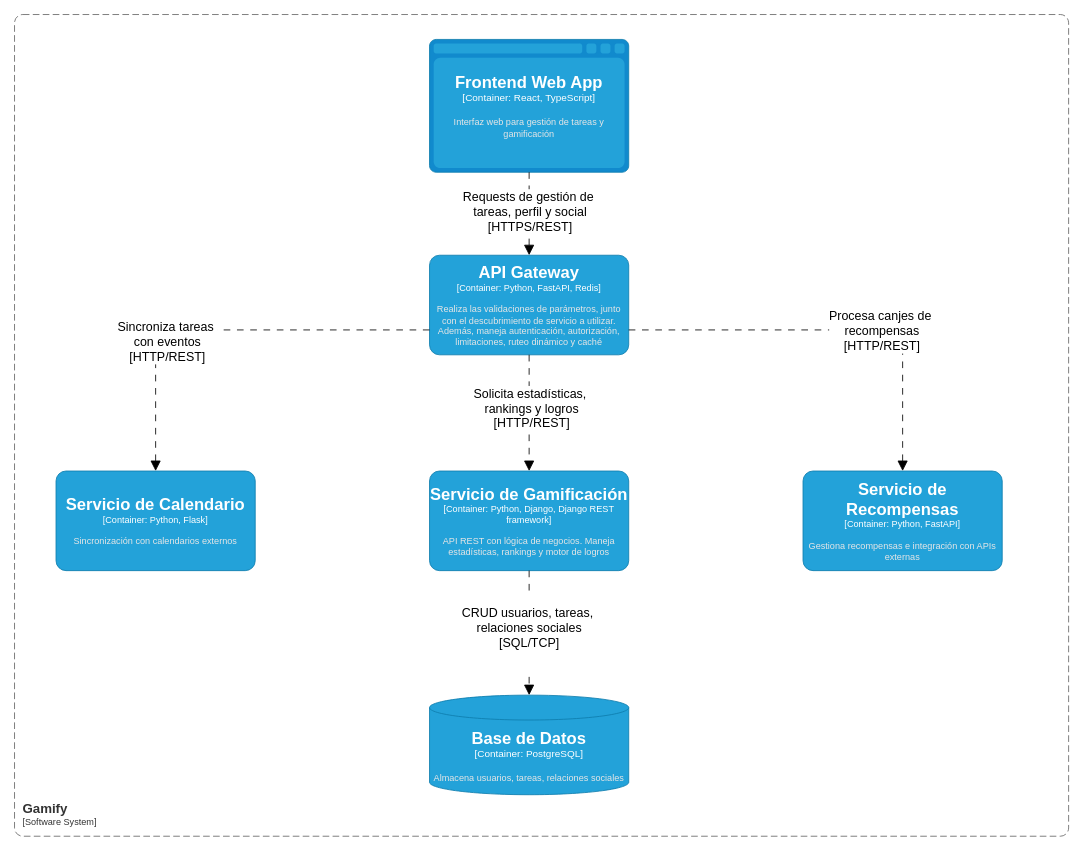
Above: page "C4 - Containers" (3 of 5) of docs/design/C4.drawio in caupolicanre/software-engineering-gamify (draw.io), before the change. Source tidied: cells renumbered, new cells numbered last; positions are measured from the earlier drawing's top-left corner, leaving out a move shared by most shapes. Both pictures are drawn from the tidied source at 83%, with x=0, y=0 at pixel (14, 14).
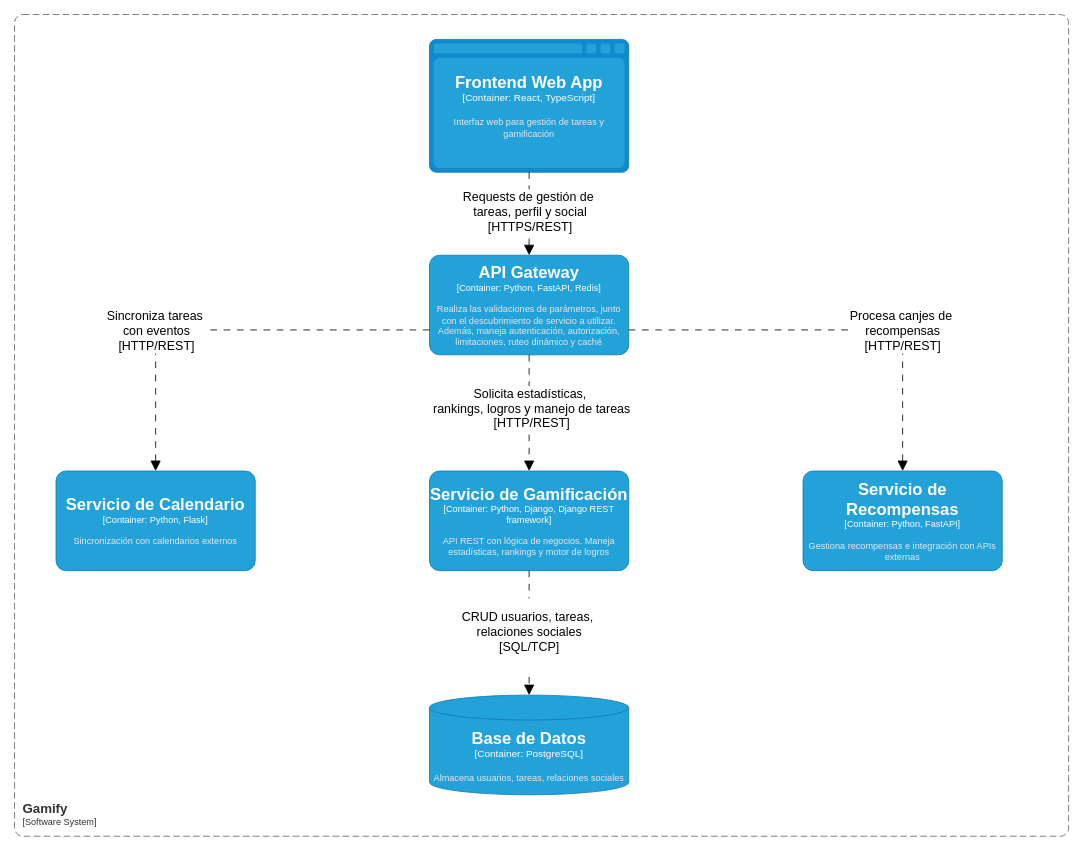
The same diagram, later.

Unchanged cells that the change refers to:
```xml
<object id="5" label="&lt;font style=&quot;font-size: 20px&quot;&gt;&lt;b&gt;%c4Name%&lt;/b&gt;&lt;/font&gt;&lt;div&gt;[%c4Type%:&amp;nbsp;%c4Technology%]&lt;/div&gt;&lt;br&gt;&lt;div&gt;&lt;font style=&quot;font-size: 11px&quot;&gt;&lt;font color=&quot;#E6E6E6&quot;&gt;%c4Description%&lt;/font&gt;&lt;/div&gt;" c4Description="Almacena usuarios, tareas, relaciones sociales" c4Name="Base de Datos" c4Technology="PostgreSQL" c4Type="Container" placeholders="1">
  <mxCell style="shape=cylinder3;size=15;whiteSpace=wrap;html=1;boundedLbl=1;rounded=0;labelBackgroundColor=none;fillColor=#23A2D9;fontSize=12;fontColor=#ffffff;align=center;strokeColor=#0E7DAD;points=[[0.5,0,0],[1,0.25,0],[1,0.5,0],[1,0.75,0],[0.5,1,0],[0,0.75,0],[0,0.5,0],[0,0.25,0]];" parent="1" vertex="1">
    <mxGeometry x="500" y="820" width="240" height="120" as="geometry" />
  </mxCell>
</object>
<object id="6" label="&lt;font style=&quot;font-size: 20px&quot;&gt;&lt;b&gt;%c4Name%&lt;/b&gt;&lt;/font&gt;&lt;div&gt;[%c4Type%: %c4Technology%]&lt;/div&gt;&lt;br&gt;&lt;div&gt;&lt;font style=&quot;font-size: 11px&quot;&gt;&lt;font color=&quot;#E6E6E6&quot;&gt;%c4Description%&lt;/font&gt;&lt;/div&gt;" c4Description="API REST con lógica de negocios. Maneja estadísticas, rankings y motor de logros" c4Name="Servicio de Gamificación" c4Technology="Python, Django, Django REST framework" c4Type="Container" placeholders="1">
  <mxCell style="rounded=1;whiteSpace=wrap;html=1;fontSize=11;labelBackgroundColor=none;fillColor=#23A2D9;fontColor=#ffffff;align=center;arcSize=10;strokeColor=#0E7DAD;points=[[0.25,0,0],[0.5,0,0],[0.75,0,0],[1,0.25,0],[1,0.5,0],[1,0.75,0],[0.75,1,0],[0.5,1,0],[0.25,1,0],[0,0.75,0],[0,0.5,0],[0,0.25,0]];" parent="1" vertex="1">
    <mxGeometry x="500" y="550" width="240" height="120" as="geometry" />
  </mxCell>
</object>
<mxCell id="12" style="edgeStyle=orthogonalEdgeStyle;rounded=0;jettySize=auto;html=1;exitX=0.5;exitY=1;exitDx=0;exitDy=0;exitPerimeter=0;entryX=0.5;entryY=0;entryDx=0;entryDy=0;entryPerimeter=0;dashed=1;dashPattern=8 8;endArrow=block;endFill=1;endSize=10;" parent="1" edge="1" source="4" target="6">
  <mxGeometry relative="1" as="geometry" />
</mxCell>
<mxCell id="14" style="rounded=0;jettySize=auto;html=1;exitX=0;exitY=0.75;exitDx=0;exitDy=0;exitPerimeter=0;entryX=0.5;entryY=0;entryDx=0;entryDy=0;entryPerimeter=0;dashed=1;dashPattern=8 8;endArrow=block;endFill=1;endSize=10;" parent="1" edge="1" source="4" target="8">
  <mxGeometry relative="1" as="geometry">
    <Array as="points">
      <mxPoint x="170" y="380" />
    </Array>
  </mxGeometry>
</mxCell>
<mxCell id="16" style="rounded=0;jettySize=auto;html=1;exitX=1;exitY=0.75;exitDx=0;exitDy=0;exitPerimeter=0;entryX=0.5;entryY=0;entryDx=0;entryDy=0;entryPerimeter=0;dashed=1;dashPattern=8 8;endArrow=block;endFill=1;endSize=10;" parent="1" edge="1" source="4" target="7">
  <mxGeometry relative="1" as="geometry">
    <Array as="points">
      <mxPoint x="1070" y="380" />
    </Array>
  </mxGeometry>
</mxCell>
```

What changed in the source:
```diff
@@
     <mxCell id="11" value="&#10;&lt;span style=&quot;color: rgb(0, 0, 0); font-family: Helvetica; font-size: 15px; font-style: normal; font-variant-ligatures: normal; font-variant-caps: normal; font-weight: 400; letter-spacing: normal; orphans: 2; text-align: center; text-indent: 0px; text-transform: none; widows: 2; word-spacing: 0px; -webkit-text-stroke-width: 0px; white-space: nowrap; background-color: rgb(255, 255, 255); text-decoration-thickness: initial; text-decoration-style: initial; text-decoration-color: initial; display: inline !important; float: none;&quot;&gt;CRUD usuarios, tareas,&amp;nbsp;&lt;/span&gt;&lt;div style=&quot;forced-color-adjust: none; color: rgb(0, 0, 0); font-family: Helvetica; font-size: 15px; font-style: normal; font-variant-ligatures: normal; font-variant-caps: normal; font-weight: 400; letter-spacing: normal; orphans: 2; text-align: center; text-indent: 0px; text-transform: none; widows: 2; word-spacing: 0px; -webkit-text-stroke-width: 0px; white-space: nowrap; text-decoration-thickness: initial; text-decoration-style: initial; text-decoration-color: initial;&quot;&gt;relaciones sociales&lt;/div&gt;&lt;div style=&quot;forced-color-adjust: none; color: rgb(0, 0, 0); font-family: Helvetica; font-size: 15px; font-style: normal; font-variant-ligatures: normal; font-variant-caps: normal; font-weight: 400; letter-spacing: normal; orphans: 2; text-align: center; text-indent: 0px; text-transform: none; widows: 2; word-spacing: 0px; -webkit-text-stroke-width: 0px; white-space: nowrap; text-decoration-thickness: initial; text-decoration-style: initial; text-decoration-color: initial;&quot;&gt;[SQL/TCP]&lt;/div&gt;&#10;&#10;" style="rounded=0;jettySize=auto;html=1;endArrow=block;endFill=1;endSize=10;entryX=0.5;entryY=0;entryDx=0;entryDy=0;entryPerimeter=0;dashed=1;dashPattern=8 8;exitX=0.5;exitY=1;exitDx=0;exitDy=0;exitPerimeter=0;" parent="1" edge="1" source="6" target="5">
-      <mxGeometry relative="1" as="geometry" />
+      <mxGeometry x="0.07" relative="1" as="geometry" />
     </mxCell>
@@
-    <mxCell id="13" value="Solicita estadísticas,&amp;nbsp;&lt;div&gt;rankings y logros&lt;/div&gt;&lt;div&gt;[HTTP/REST]&lt;/div&gt;" style="edgeLabel;html=1;align=center;verticalAlign=middle;fontSize=15;" parent="12" vertex="1">
+    <mxCell id="13" value="Solicita estadísticas,&amp;nbsp;&lt;div&gt;rankings, logros y manejo de tareas&lt;/div&gt;&lt;div&gt;[HTTP/REST]&lt;/div&gt;" style="edgeLabel;html=1;align=center;verticalAlign=middle;fontSize=15;" parent="12" vertex="1">
       <mxGeometry x="-0.1" y="2" relative="1" as="geometry" />
     </mxCell>
@@
     <mxCell id="15" value="Sincroniza tareas&amp;nbsp;&lt;div&gt;con eventos&lt;/div&gt;&lt;div&gt;[HTTP/REST]&lt;/div&gt;" style="edgeLabel;html=1;align=center;verticalAlign=middle;fontSize=15;" parent="14" vertex="1">
       <mxGeometry x="-0.12" y="1" relative="1" as="geometry">
-        <mxPoint x="-97" y="12" as="offset" />
+        <mxPoint x="-110" y="-1" as="offset" />
       </mxGeometry>
     </mxCell>
@@
     <mxCell id="17" value="Procesa canjes de&amp;nbsp;&lt;div&gt;recompensas&lt;/div&gt;&lt;div&gt;[HTTP/REST]&lt;/div&gt;" style="edgeLabel;html=1;align=center;verticalAlign=middle;fontSize=15;" parent="16" vertex="1">
       <mxGeometry x="0.14" y="2" relative="1" as="geometry">
-        <mxPoint x="19" y="2" as="offset" />
+        <mxPoint x="44" y="2" as="offset" />
       </mxGeometry>
     </mxCell>
```
